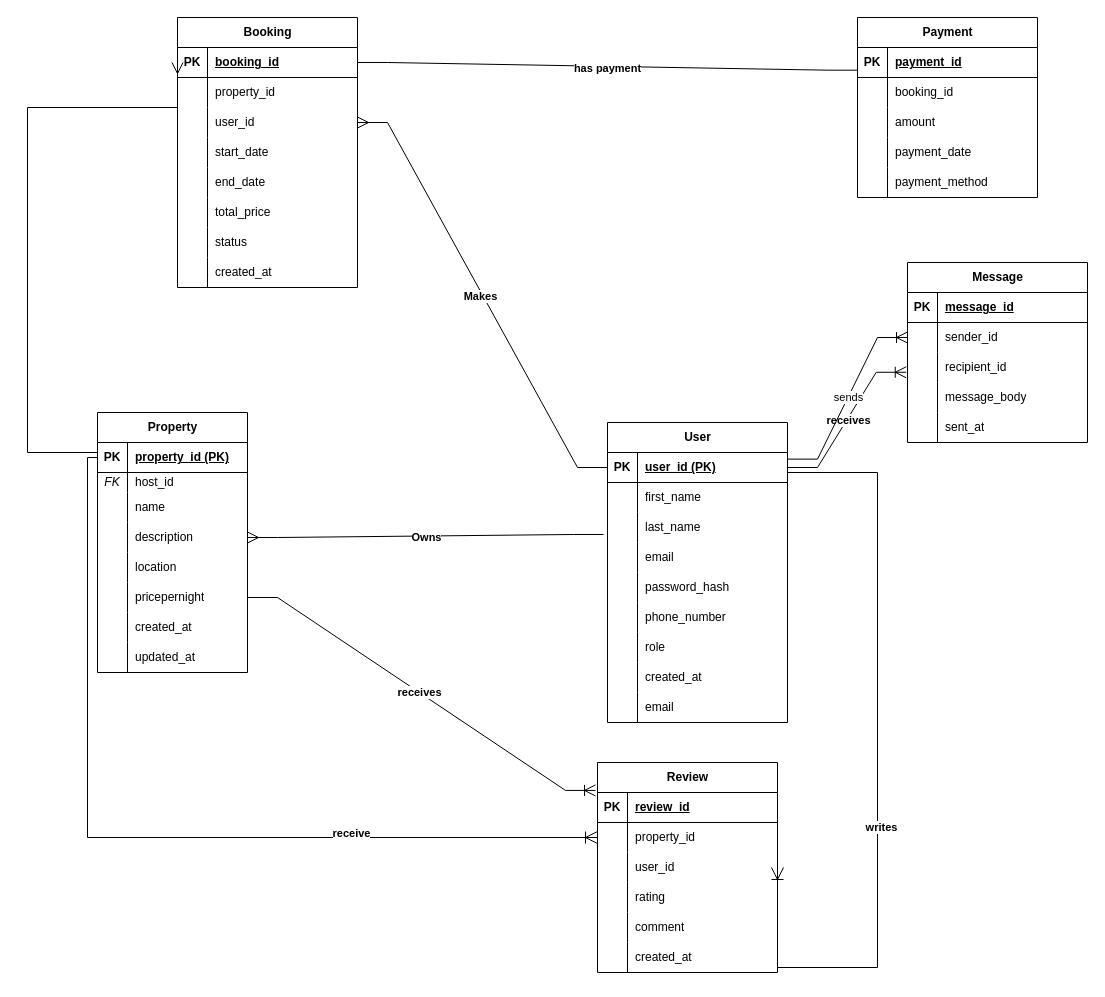
Above: ERD/airbnb-erd.drawio.drawio in James-Eghievha/alx-airbnb-database (draw.io), before the change. Source tidied: cells renumbered, new cells numbered last; positions are measured from the earlier drawing's top-left corner, leaving out a move shared by most shapes. Both pictures are drawn from the tidied source at 100%, with x=0, y=0 at pixel (27, 17).
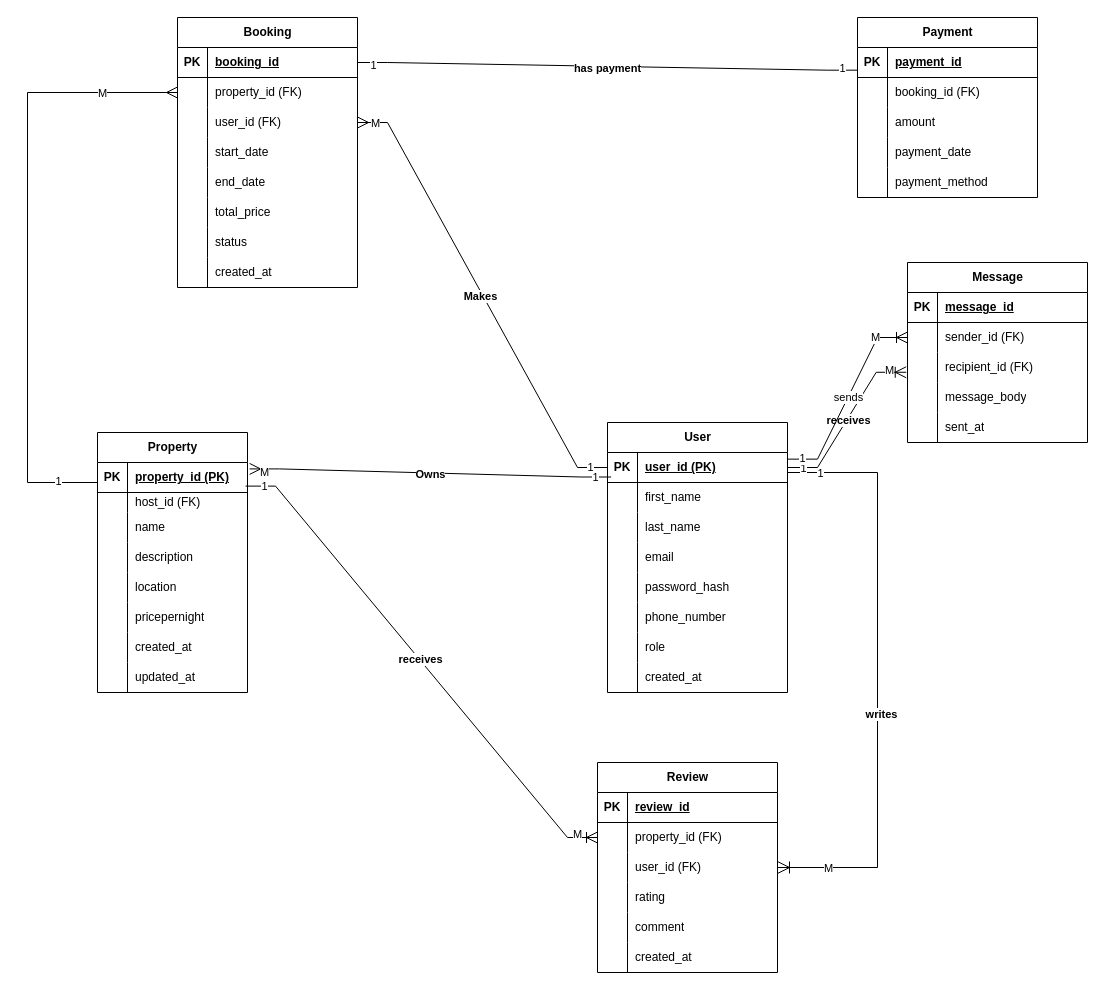
Above is the later version.

The change refers to these unchanged cells:
```xml
<mxCell id="3" style="shape=tableRow;horizontal=0;startSize=0;swimlaneHead=0;swimlaneBody=0;fillColor=none;points=[[0,0.5],[1,0.5]];portConstraint=eastwest;top=0;left=0;right=0;bottom=1;" parent="2" vertex="1">
  <mxGeometry y="30" width="180" height="30" as="geometry" />
</mxCell>
<mxCell id="9" style="shape=tableRow;horizontal=0;startSize=0;swimlaneHead=0;swimlaneBody=0;fillColor=none;points=[[0,0.5],[1,0.5]];portConstraint=eastwest;top=0;left=0;right=0;bottom=0;" parent="2" vertex="1">
  <mxGeometry y="90" width="180" height="30" as="geometry" />
</mxCell>
<mxCell id="31" style="shape=tableRow;horizontal=0;startSize=0;swimlaneHead=0;swimlaneBody=0;fillColor=none;points=[[0,0.5],[1,0.5]];portConstraint=eastwest;top=0;left=0;right=0;bottom=1;" parent="30" vertex="1">
  <mxGeometry y="30" width="150" height="30" as="geometry" />
</mxCell>
<mxCell id="34" style="shape=tableRow;horizontal=0;startSize=0;swimlaneHead=0;swimlaneBody=0;fillColor=none;top=0;left=0;right=0;bottom=0;" parent="30" vertex="1">
  <mxGeometry y="60" width="150" height="20" as="geometry" />
</mxCell>
<mxCell id="40" style="shape=tableRow;horizontal=0;startSize=0;swimlaneHead=0;swimlaneBody=0;fillColor=none;points=[[0,0.5],[1,0.5]];portConstraint=eastwest;top=0;left=0;right=0;bottom=0;" parent="30" vertex="1">
  <mxGeometry y="110" width="150" height="30" as="geometry" />
</mxCell>
<mxCell id="46" style="shape=tableRow;horizontal=0;startSize=0;swimlaneHead=0;swimlaneBody=0;fillColor=none;points=[[0,0.5],[1,0.5]];portConstraint=eastwest;top=0;left=0;right=0;bottom=0;" parent="30" vertex="1">
  <mxGeometry y="170" width="150" height="30" as="geometry" />
</mxCell>
<mxCell id="56" style="shape=tableRow;horizontal=0;startSize=0;swimlaneHead=0;swimlaneBody=0;fillColor=none;points=[[0,0.5],[1,0.5]];portConstraint=eastwest;top=0;left=0;right=0;bottom=1;" parent="55" vertex="1">
  <mxGeometry y="30" width="180" height="30" as="geometry" />
</mxCell>
<mxCell id="59" style="shape=tableRow;horizontal=0;startSize=0;swimlaneHead=0;swimlaneBody=0;fillColor=none;top=0;left=0;right=0;bottom=0;" parent="55" vertex="1">
  <mxGeometry y="60" width="180" height="30" as="geometry" />
</mxCell>
<mxCell id="62" style="shape=tableRow;horizontal=0;startSize=0;swimlaneHead=0;swimlaneBody=0;fillColor=none;points=[[0,0.5],[1,0.5]];portConstraint=eastwest;top=0;left=0;right=0;bottom=0;" parent="55" vertex="1">
  <mxGeometry y="90" width="180" height="30" as="geometry" />
</mxCell>
<mxCell id="84" style="shape=tableRow;horizontal=0;startSize=0;swimlaneHead=0;swimlaneBody=0;fillColor=none;top=0;left=0;right=0;bottom=0;" parent="80" vertex="1">
  <mxGeometry y="60" width="180" height="30" as="geometry" />
</mxCell>
<mxCell id="96" value="Review" style="shape=table;startSize=30;childLayout=tableLayout;rowLines=0;fontStyle=1;align=center;html=1;" parent="1" vertex="1">
  <mxGeometry x="570" y="745" width="180" height="210" as="geometry" />
</mxCell>
<mxCell id="100" style="shape=tableRow;horizontal=0;startSize=0;swimlaneHead=0;swimlaneBody=0;fillColor=none;points=[[0,0.5],[1,0.5]];portConstraint=eastwest;top=0;left=0;right=0;bottom=0;" parent="96" vertex="1">
  <mxGeometry y="60" width="180" height="30" as="geometry" />
</mxCell>
<mxCell id="103" style="shape=tableRow;horizontal=0;startSize=0;swimlaneHead=0;swimlaneBody=0;fillColor=none;points=[[0,0.5],[1,0.5]];portConstraint=eastwest;top=0;left=0;right=0;bottom=0;" parent="96" vertex="1">
  <mxGeometry y="90" width="180" height="30" as="geometry" />
</mxCell>
<mxCell id="119" style="shape=tableRow;horizontal=0;startSize=0;swimlaneHead=0;swimlaneBody=0;fillColor=none;points=[[0,0.5],[1,0.5]];portConstraint=eastwest;top=0;left=0;right=0;bottom=0;" parent="115" vertex="1">
  <mxGeometry y="60" width="180" height="30" as="geometry" />
</mxCell>
<mxCell id="122" style="shape=tableRow;horizontal=0;startSize=0;swimlaneHead=0;swimlaneBody=0;fillColor=none;points=[[0,0.5],[1,0.5]];portConstraint=eastwest;top=0;left=0;right=0;bottom=0;" parent="115" vertex="1">
  <mxGeometry y="90" width="180" height="30" as="geometry" />
</mxCell>
<mxCell id="133" style="edgeStyle=entityRelationEdgeStyle;fontSize=12;html=1;endArrow=ERmany;rounded=0;endSize=9;strokeWidth=1;" parent="1" edge="1" source="3" target="62">
  <mxGeometry relative="1" as="geometry">
    <Array as="points">
      <mxPoint x="600" y="315" />
    </Array>
  </mxGeometry>
</mxCell>
<mxCell id="135" style="edgeStyle=entityRelationEdgeStyle;fontSize=12;html=1;endArrow=none;rounded=0;exitX=1;exitY=0.5;exitDx=0;exitDy=0;endSize=9;strokeWidth=1;entryX=-0.002;entryY=0.756;entryDx=0;entryDy=0;entryPerimeter=0;endFill=0;" parent="1" edge="1" source="56" target="81">
  <mxGeometry relative="1" as="geometry">
    <Array as="points">
      <mxPoint x="710" y="635" />
    </Array>
  </mxGeometry>
</mxCell>
<mxCell id="144" style="edgeStyle=entityRelationEdgeStyle;fontSize=12;html=1;endArrow=ERoneToMany;rounded=0;exitX=1;exitY=0.5;exitDx=0;exitDy=0;entryX=-0.007;entryY=0.659;entryDx=0;entryDy=0;entryPerimeter=0;endSize=9;" parent="1" edge="1" source="3" target="122">
  <mxGeometry relative="1" as="geometry" />
</mxCell>
<mxCell id="146" style="edgeStyle=entityRelationEdgeStyle;fontSize=12;html=1;endArrow=ERoneToMany;rounded=0;exitX=1;exitY=0.221;exitDx=0;exitDy=0;endSize=9;exitPerimeter=0;" parent="1" edge="1" source="3" target="119">
  <mxGeometry relative="1" as="geometry" />
</mxCell>
```

The edit, as a diff of the source:
```diff
@@
     <mxCell id="2" value="User" style="shape=table;startSize=30;childLayout=tableLayout;rowLines=0;fontStyle=1;align=center;html=1;" parent="1" vertex="1">
-      <mxGeometry x="580" y="405" width="180" height="300" as="geometry" />
+      <mxGeometry x="580" y="405" width="180" height="270" as="geometry" />
     </mxCell>
@@
-    <mxCell id="27" style="shape=tableRow;horizontal=0;startSize=0;swimlaneHead=0;swimlaneBody=0;fillColor=none;top=0;left=0;right=0;bottom=0;" parent="2" vertex="1">
-      <mxGeometry y="270" width="180" height="30" as="geometry" />
-    </mxCell>
-    <mxCell id="28" style="shape=partialRectangle;fillColor=none;top=0;left=0;bottom=0;right=0;overflow=hidden;whiteSpace=wrap;html=1;" parent="27" vertex="1">
-      <mxGeometry width="30" height="30" as="geometry" />
-    </mxCell>
-    <mxCell id="29" value="email" style="shape=partialRectangle;fillColor=none;top=0;left=0;bottom=0;right=0;align=left;spacingLeft=6;overflow=hidden;whiteSpace=wrap;html=1;" parent="27" vertex="1">
-      <mxGeometry x="30" width="150" height="30" as="geometry" />
-    </mxCell>
     <mxCell id="30" value="Property" style="shape=table;startSize=30;childLayout=tableLayout;rowLines=0;fontStyle=1;align=center;html=1;" parent="1" vertex="1">
-      <mxGeometry x="70" y="395" width="150" height="260" as="geometry" />
+      <mxGeometry x="70" y="415" width="150" height="260" as="geometry" />
     </mxCell>
@@
-    <mxCell id="35" value="&lt;i&gt;FK&lt;/i&gt;" style="shape=partialRectangle;fillColor=none;top=0;left=0;bottom=0;right=0;overflow=hidden;whiteSpace=wrap;html=1;" parent="34" vertex="1">
+    <mxCell id="35" style="shape=partialRectangle;fillColor=none;top=0;left=0;bottom=0;right=0;overflow=hidden;whiteSpace=wrap;html=1;" parent="34" vertex="1">
       <mxGeometry width="30" height="20" as="geometry" />
     </mxCell>
-    <mxCell id="36" value="host_id" style="shape=partialRectangle;fillColor=none;top=0;left=0;bottom=0;right=0;align=left;spacingLeft=6;overflow=hidden;whiteSpace=wrap;html=1;" parent="34" vertex="1">
+    <mxCell id="36" value="host_id (FK)" style="shape=partialRectangle;fillColor=none;top=0;left=0;bottom=0;right=0;align=left;spacingLeft=6;overflow=hidden;whiteSpace=wrap;html=1;" parent="34" vertex="1">
       <mxGeometry x="30" width="120" height="20" as="geometry" />
     </mxCell>
@@
-    <mxCell id="61" value="property_id" style="shape=partialRectangle;fillColor=none;top=0;left=0;bottom=0;right=0;align=left;spacingLeft=6;overflow=hidden;whiteSpace=wrap;html=1;" parent="59" vertex="1">
+    <mxCell id="61" value="property_id (FK)" style="shape=partialRectangle;fillColor=none;top=0;left=0;bottom=0;right=0;align=left;spacingLeft=6;overflow=hidden;whiteSpace=wrap;html=1;" parent="59" vertex="1">
       <mxGeometry x="30" width="150" height="30" as="geometry" />
     </mxCell>
@@
-    <mxCell id="64" value="user_id" style="shape=partialRectangle;fillColor=none;top=0;left=0;bottom=0;right=0;align=left;spacingLeft=6;overflow=hidden;whiteSpace=wrap;html=1;" parent="62" vertex="1">
+    <mxCell id="64" value="user_id (FK)" style="shape=partialRectangle;fillColor=none;top=0;left=0;bottom=0;right=0;align=left;spacingLeft=6;overflow=hidden;whiteSpace=wrap;html=1;" parent="62" vertex="1">
       <mxGeometry x="30" width="150" height="30" as="geometry" />
     </mxCell>
@@
-    <mxCell id="86" value="booking_id" style="shape=partialRectangle;fillColor=none;top=0;left=0;bottom=0;right=0;align=left;spacingLeft=6;overflow=hidden;whiteSpace=wrap;html=1;" parent="84" vertex="1">
+    <mxCell id="86" value="booking_id (FK)" style="shape=partialRectangle;fillColor=none;top=0;left=0;bottom=0;right=0;align=left;spacingLeft=6;overflow=hidden;whiteSpace=wrap;html=1;" parent="84" vertex="1">
       <mxGeometry x="30" width="150" height="30" as="geometry" />
     </mxCell>
@@
-    <mxCell id="102" value="property_id" style="shape=partialRectangle;fillColor=none;top=0;left=0;bottom=0;right=0;align=left;spacingLeft=6;overflow=hidden;whiteSpace=wrap;html=1;" parent="100" vertex="1">
+    <mxCell id="102" value="property_id (FK)" style="shape=partialRectangle;fillColor=none;top=0;left=0;bottom=0;right=0;align=left;spacingLeft=6;overflow=hidden;whiteSpace=wrap;html=1;" parent="100" vertex="1">
       <mxGeometry x="30" width="150" height="30" as="geometry" />
     </mxCell>
@@
-    <mxCell id="105" value="user_id" style="shape=partialRectangle;fillColor=none;top=0;left=0;bottom=0;right=0;align=left;spacingLeft=6;overflow=hidden;whiteSpace=wrap;html=1;" parent="103" vertex="1">
+    <mxCell id="105" value="user_id (FK)" style="shape=partialRectangle;fillColor=none;top=0;left=0;bottom=0;right=0;align=left;spacingLeft=6;overflow=hidden;whiteSpace=wrap;html=1;" parent="103" vertex="1">
       <mxGeometry x="30" width="150" height="30" as="geometry" />
     </mxCell>
@@
-    <mxCell id="121" value="sender_id" style="shape=partialRectangle;fillColor=none;top=0;left=0;bottom=0;right=0;align=left;spacingLeft=6;overflow=hidden;whiteSpace=wrap;html=1;" parent="119" vertex="1">
+    <mxCell id="121" value="sender_id (FK)" style="shape=partialRectangle;fillColor=none;top=0;left=0;bottom=0;right=0;align=left;spacingLeft=6;overflow=hidden;whiteSpace=wrap;html=1;" parent="119" vertex="1">
       <mxGeometry x="30" width="150" height="30" as="geometry" />
     </mxCell>
@@
-    <mxCell id="124" value="recipient_id" style="shape=partialRectangle;fillColor=none;top=0;left=0;bottom=0;right=0;align=left;spacingLeft=6;overflow=hidden;whiteSpace=wrap;html=1;" parent="122" vertex="1">
+    <mxCell id="124" value="recipient_id (FK)" style="shape=partialRectangle;fillColor=none;top=0;left=0;bottom=0;right=0;align=left;spacingLeft=6;overflow=hidden;whiteSpace=wrap;html=1;" parent="122" vertex="1">
       <mxGeometry x="30" width="150" height="30" as="geometry" />
     </mxCell>
@@
-    <mxCell id="131" style="edgeStyle=entityRelationEdgeStyle;fontSize=12;html=1;endArrow=ERmany;rounded=0;startSize=9;endSize=9;strokeWidth=1;exitX=-0.022;exitY=0.733;exitDx=0;exitDy=0;exitPerimeter=0;" parent="1" edge="1" source="9" target="40">
+    <mxCell id="131" style="edgeStyle=entityRelationEdgeStyle;fontSize=12;html=1;endArrow=ERmany;rounded=0;startSize=9;endSize=9;strokeWidth=1;exitX=0.02;exitY=0.817;exitDx=0;exitDy=0;exitPerimeter=0;entryX=1.014;entryY=0.214;entryDx=0;entryDy=0;entryPerimeter=0;" parent="1" edge="1" source="3" target="31">
       <mxGeometry relative="1" as="geometry" />
     </mxCell>
@@
+    <mxCell id="148" value="1" style="edgeLabel;html=1;align=center;verticalAlign=middle;" parent="131" vertex="1">
+      <mxGeometry x="-0.91" relative="1" as="geometry" />
+    </mxCell>
+    <mxCell id="149" value="M" style="edgeLabel;html=1;align=center;verticalAlign=middle;" parent="131" vertex="1">
+      <mxGeometry x="0.92" y="3" relative="1" as="geometry" />
+    </mxCell>
@@
+    <mxCell id="150" value="1" style="edgeLabel;html=1;align=center;verticalAlign=middle;" parent="133" vertex="1">
+      <mxGeometry x="-0.92" y="-1" relative="1" as="geometry" />
+    </mxCell>
+    <mxCell id="151" value="M" style="edgeLabel;html=1;align=center;verticalAlign=middle;" parent="133" vertex="1">
+      <mxGeometry x="0.92" relative="1" as="geometry" />
+    </mxCell>
@@
+    <mxCell id="152" value="1" style="edgeLabel;html=1;align=center;verticalAlign=middle;" parent="135" vertex="1">
+      <mxGeometry x="-0.94" y="-2" relative="1" as="geometry" />
+    </mxCell>
+    <mxCell id="153" value="1" style="edgeLabel;html=1;align=center;verticalAlign=middle;" parent="135" vertex="1">
+      <mxGeometry x="0.94" y="2" relative="1" as="geometry" />
+    </mxCell>
-    <mxCell id="137" style="edgeStyle=entityRelationEdgeStyle;fontSize=12;html=1;endArrow=ERoneToMany;rounded=0;exitX=1;exitY=0.5;exitDx=0;exitDy=0;entryX=-0.011;entryY=0.133;entryDx=0;entryDy=0;entryPerimeter=0;endSize=9;" parent="1" edge="1" source="46" target="96">
+    <mxCell id="137" style="edgeStyle=entityRelationEdgeStyle;fontSize=12;html=1;endArrow=ERoneToMany;rounded=0;exitX=0.987;exitY=0.787;exitDx=0;exitDy=0;endSize=9;exitPerimeter=0;" parent="1" edge="1" source="31" target="100">
       <mxGeometry relative="1" as="geometry">
         <Array as="points">
           <mxPoint x="510" y="735" />
           <mxPoint x="290" y="785" />
         </Array>
       </mxGeometry>
     </mxCell>
@@
+    <mxCell id="154" value="M" style="edgeLabel;html=1;align=center;verticalAlign=middle;" parent="137" vertex="1">
+      <mxGeometry x="0.92" y="4" relative="1" as="geometry" />
+    </mxCell>
+    <mxCell id="155" value="1" style="edgeLabel;html=1;align=center;verticalAlign=middle;" parent="137" vertex="1">
+      <mxGeometry x="-0.93" relative="1" as="geometry" />
+    </mxCell>
-    <mxCell id="139" style="fontSize=12;html=1;endArrow=ERmany;rounded=0;entryX=0;entryY=0.5;entryDx=0;entryDy=0;edgeStyle=orthogonalEdgeStyle;endSize=9;" parent="1" edge="1" target="56">
+    <mxCell id="139" style="fontSize=12;html=1;endArrow=ERmany;rounded=0;edgeStyle=orthogonalEdgeStyle;endSize=9;" parent="1" edge="1">
       <mxGeometry relative="1" as="geometry">
-        <mxPoint x="70" y="435" as="sourcePoint" />
+        <mxPoint x="70" y="465" as="sourcePoint" />
+        <mxPoint x="150" y="75" as="targetPoint" />
         <Array as="points">
-          <mxPoint y="435" />
-          <mxPoint y="90" />
+          <mxPoint x="70" y="465" />
+          <mxPoint y="465" />
+          <mxPoint y="75" />
         </Array>
       </mxGeometry>
     </mxCell>
+    <mxCell id="156" value="1" style="edgeLabel;html=1;align=center;verticalAlign=middle;" parent="139" vertex="1">
+      <mxGeometry x="-0.87" y="-2" relative="1" as="geometry" />
+    </mxCell>
+    <mxCell id="157" value="M" style="edgeLabel;html=1;align=center;verticalAlign=middle;" parent="139" vertex="1">
+      <mxGeometry x="0.75" relative="1" as="geometry" />
+    </mxCell>
     <mxCell id="140" style="fontSize=12;html=1;endArrow=ERoneToMany;rounded=0;edgeStyle=orthogonalEdgeStyle;entryX=1;entryY=0.5;entryDx=0;entryDy=0;endSize=10;" parent="1" edge="1" target="103">
       <mxGeometry relative="1" as="geometry">
         <mxPoint x="760" y="455" as="sourcePoint" />
         <Array as="points">
-          <mxPoint x="760" y="455" />
           <mxPoint x="850" y="455" />
-          <mxPoint x="850" y="950" />
+          <mxPoint x="850" y="850" />
         </Array>
       </mxGeometry>
     </mxCell>
@@
-    <mxCell id="142" style="edgeStyle=orthogonalEdgeStyle;fontSize=12;html=1;endArrow=ERoneToMany;rounded=0;entryX=0;entryY=0.5;entryDx=0;entryDy=0;endSize=10;exitX=0;exitY=0.5;exitDx=0;exitDy=0;" parent="1" edge="1" source="31" target="100">
-      <mxGeometry relative="1" as="geometry" />
-    </mxCell>
-    <mxCell id="143" value="&lt;b&gt;receive&lt;/b&gt;" style="edgeLabel;html=1;align=center;verticalAlign=middle;" parent="142" vertex="1">
-      <mxGeometry x="0.45" y="5" relative="1" as="geometry" />
-    </mxCell>
+    <mxCell id="158" value="1" style="edgeLabel;html=1;align=center;verticalAlign=middle;" parent="140" vertex="1">
+      <mxGeometry x="-0.89" relative="1" as="geometry" />
+    </mxCell>
+    <mxCell id="159" value="M" style="edgeLabel;html=1;align=center;verticalAlign=middle;" parent="140" vertex="1">
+      <mxGeometry x="0.83" relative="1" as="geometry" />
+    </mxCell>
@@
+    <mxCell id="160" value="1" style="edgeLabel;html=1;align=center;verticalAlign=middle;" parent="144" vertex="1">
+      <mxGeometry x="-0.82" relative="1" as="geometry" />
+    </mxCell>
+    <mxCell id="161" value="M" style="edgeLabel;html=1;align=center;verticalAlign=middle;" parent="144" vertex="1">
+      <mxGeometry x="0.8" y="2" relative="1" as="geometry" />
+    </mxCell>
@@
+    <mxCell id="162" value="1" style="edgeLabel;html=1;align=center;verticalAlign=middle;" parent="146" vertex="1">
+      <mxGeometry x="-0.86" y="1" relative="1" as="geometry" />
+    </mxCell>
+    <mxCell id="163" value="M" style="edgeLabel;html=1;align=center;verticalAlign=middle;" parent="146" vertex="1">
+      <mxGeometry x="0.69" y="2" relative="1" as="geometry" />
+    </mxCell>
```
